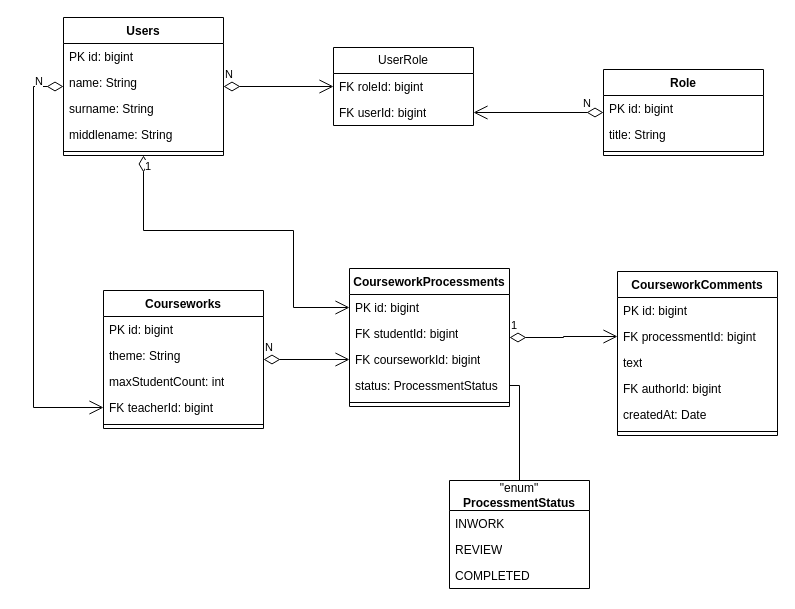
Earlier version of the draw.io diagram class.drawio (StanEkso/kanban-projecting). Source tidied: cells renumbered, new cells numbered last; positions are measured from the earlier drawing's top-left corner, leaving out a move shared by most shapes. Both pictures are drawn from the tidied source at 100%, with x=0, y=0 at pixel (33, 17).
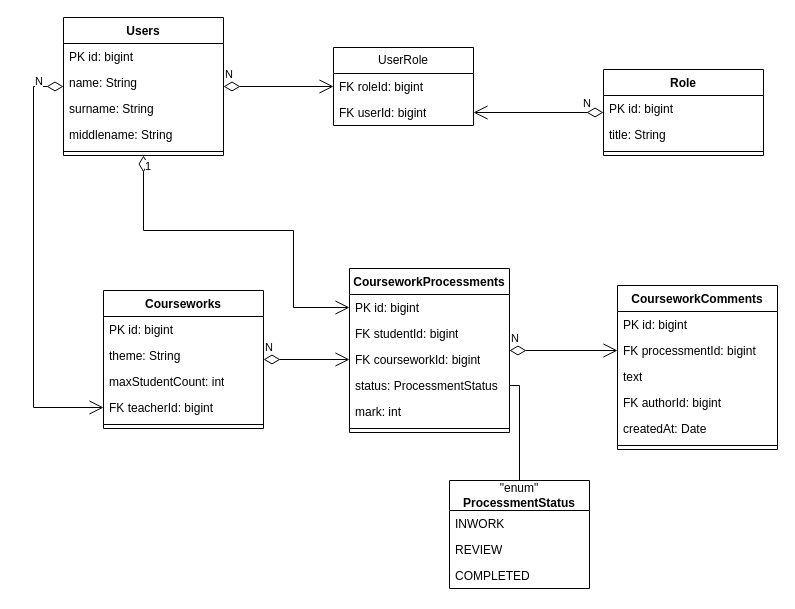
The same page after the edit.

Unchanged cells that the change refers to:
```xml
<mxCell id="39" value="FK processmentId: bigint" style="text;strokeColor=none;fillColor=none;align=left;verticalAlign=top;spacingLeft=4;spacingRight=4;overflow=hidden;points=[[0,0.5],[1,0.5]];portConstraint=eastwest;whiteSpace=wrap;html=1;" parent="37" vertex="1">
  <mxGeometry y="52" width="160" height="26" as="geometry" />
</mxCell>
```

The edit, as a diff of the source:
```diff
@@
     <mxCell id="24" value="CourseworkProcessments" style="swimlane;fontStyle=1;align=center;verticalAlign=top;horizontal=1;startSize=26;whiteSpace=wrap;html=1;" parent="1" vertex="1">
-      <mxGeometry x="316" y="251" width="160" height="138" as="geometry" />
+      <mxGeometry x="316" y="251" width="160" height="164" as="geometry" />
     </mxCell>
@@
+    <mxCell id="45" value="mark: int" style="text;strokeColor=none;fillColor=none;align=left;verticalAlign=top;spacingLeft=4;spacingRight=4;overflow=hidden;whiteSpace=wrap;html=1;" parent="24" vertex="1">
+      <mxGeometry y="130" width="160" height="26" as="geometry" />
+    </mxCell>
     <mxCell id="29" style="line;strokeWidth=1;fillColor=none;align=left;verticalAlign=middle;spacingTop=-1;spacingLeft=3;spacingRight=3;labelPosition=right;strokeColor=inherit;" parent="24" vertex="1">
-      <mxGeometry y="130" width="160" height="8" as="geometry" />
+      <mxGeometry y="156" width="160" height="8" as="geometry" />
     </mxCell>
@@
     <mxCell id="37" value="CourseworkComments" style="swimlane;fontStyle=1;align=center;verticalAlign=top;horizontal=1;startSize=26;whiteSpace=wrap;html=1;" parent="1" vertex="1">
-      <mxGeometry x="584" y="254" width="160" height="164" as="geometry" />
+      <mxGeometry x="584" y="268" width="160" height="164" as="geometry" />
     </mxCell>
@@
-    <mxCell id="44" value="1" style="endArrow=open;html=1;endSize=12;startArrow=diamondThin;startSize=14;startFill=0;edgeStyle=orthogonalEdgeStyle;align=left;verticalAlign=bottom;rounded=0;" parent="1" edge="1" source="24" target="39">
+    <mxCell id="44" value="N" style="endArrow=open;html=1;endSize=12;startArrow=diamondThin;startSize=14;startFill=0;edgeStyle=orthogonalEdgeStyle;align=left;verticalAlign=bottom;rounded=0;" parent="1" edge="1" source="24" target="39">
       <mxGeometry x="-1" y="3" relative="1" as="geometry" />
     </mxCell>
```
